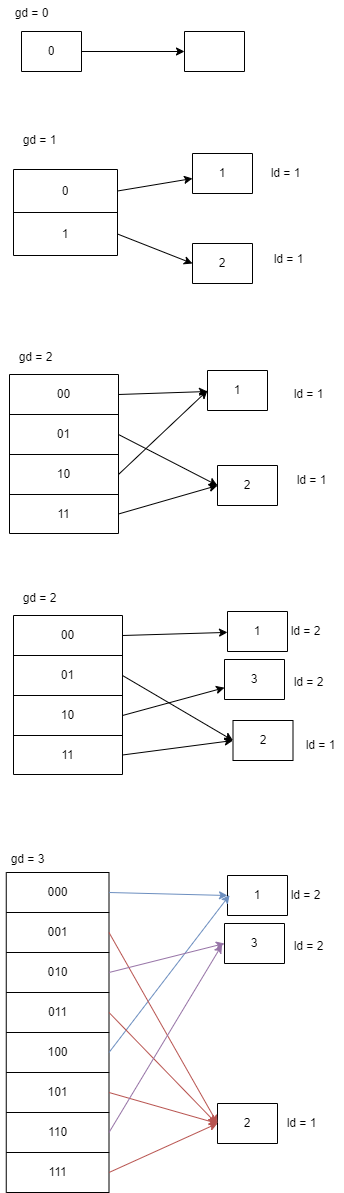
Above: CMU15445/extendible_hashtable.png in SixPlusAndTimes/drawio (draw.io), before the change. Source tidied: cells renumbered, new cells last; positions are measured from the earlier drawing's top-left corner, leaving out a move shared by most shapes.
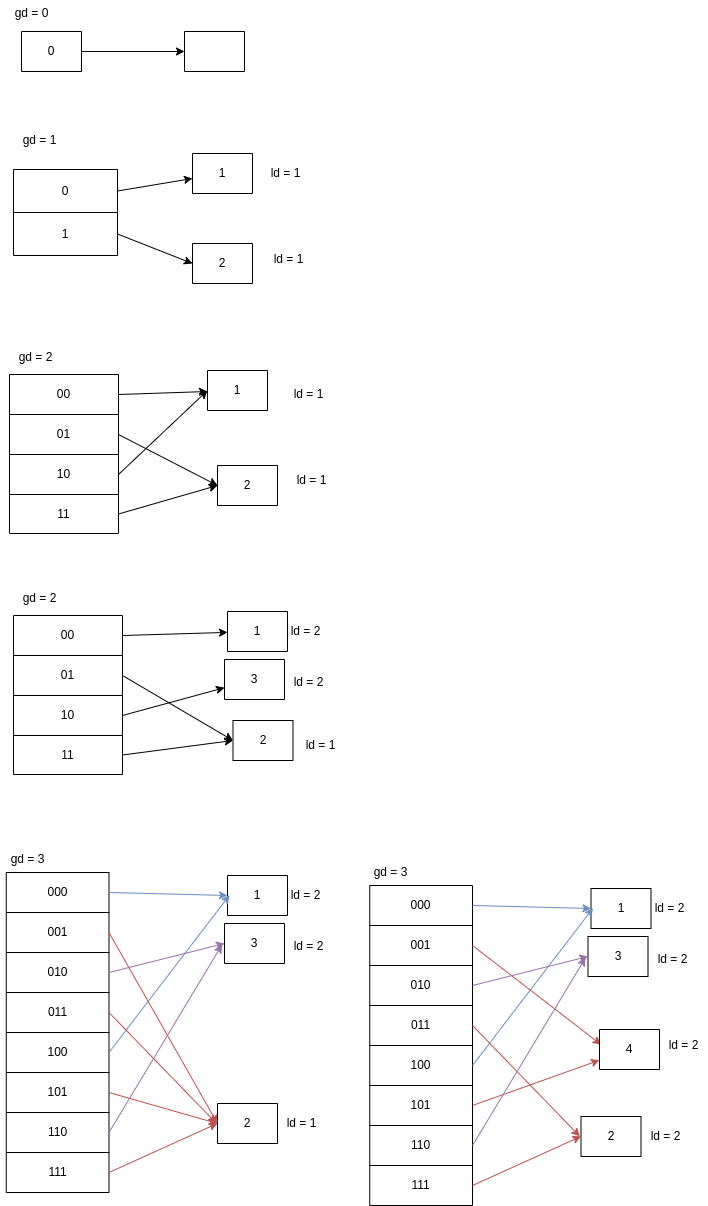
After the change.

Diff of the diagram source:
```diff
@@ -340,5 +340,139 @@
         <mxPoint x="221.6" y="944.3" as="targetPoint" />
       </mxGeometry>
     </mxCell>
+    <mxCell id="112" style="shape=table;startSize=0;" parent="1" vertex="1">
+      <mxGeometry x="369.2" y="885" width="102.8" height="320" as="geometry" />
+    </mxCell>
+    <mxCell id="113" style="shape=tableRow;horizontal=0;startSize=0;swimlaneHead=0;swimlaneBody=0;top=0;left=0;bottom=0;right=0;fillColor=none;points=[[0,0.5],[1,0.5]];portConstraint=eastwest;" parent="112" vertex="1">
+      <mxGeometry width="102.8" height="40" as="geometry" />
+    </mxCell>
+    <mxCell id="114" value="000" style="shape=partialRectangle;html=1;whiteSpace=wrap;overflow=hidden;fillColor=none;top=0;left=0;bottom=0;right=0;" parent="113" vertex="1">
+      <mxGeometry width="103" height="40" as="geometry" />
+    </mxCell>
+    <mxCell id="115" style="shape=tableRow;horizontal=0;startSize=0;swimlaneHead=0;swimlaneBody=0;top=0;left=0;bottom=0;right=0;fillColor=none;points=[[0,0.5],[1,0.5]];portConstraint=eastwest;" parent="112" vertex="1">
+      <mxGeometry y="40" width="102.8" height="40" as="geometry" />
+    </mxCell>
+    <mxCell id="116" value="001" style="shape=partialRectangle;html=1;whiteSpace=wrap;overflow=hidden;fillColor=none;top=0;left=0;bottom=0;right=0;" parent="115" vertex="1">
+      <mxGeometry width="103" height="40" as="geometry" />
+    </mxCell>
+    <mxCell id="117" style="shape=tableRow;horizontal=0;startSize=0;swimlaneHead=0;swimlaneBody=0;top=0;left=0;bottom=0;right=0;fillColor=none;points=[[0,0.5],[1,0.5]];portConstraint=eastwest;" parent="112" vertex="1">
+      <mxGeometry y="80" width="102.8" height="40" as="geometry" />
+    </mxCell>
+    <mxCell id="118" value="010" style="shape=partialRectangle;html=1;whiteSpace=wrap;overflow=hidden;fillColor=none;top=0;left=0;bottom=0;right=0;" parent="117" vertex="1">
+      <mxGeometry width="103" height="40" as="geometry" />
+    </mxCell>
+    <mxCell id="119" style="shape=tableRow;horizontal=0;startSize=0;swimlaneHead=0;swimlaneBody=0;top=0;left=0;bottom=0;right=0;fillColor=none;points=[[0,0.5],[1,0.5]];portConstraint=eastwest;" parent="112" vertex="1">
+      <mxGeometry y="120" width="102.8" height="40" as="geometry" />
+    </mxCell>
+    <mxCell id="120" value="011" style="shape=partialRectangle;html=1;whiteSpace=wrap;overflow=hidden;fillColor=none;top=0;left=0;bottom=0;right=0;" parent="119" vertex="1">
+      <mxGeometry width="103" height="40" as="geometry" />
+    </mxCell>
+    <mxCell id="121" style="shape=tableRow;horizontal=0;startSize=0;swimlaneHead=0;swimlaneBody=0;top=0;left=0;bottom=0;right=0;fillColor=none;points=[[0,0.5],[1,0.5]];portConstraint=eastwest;" parent="112" vertex="1">
+      <mxGeometry y="160" width="102.8" height="40" as="geometry" />
+    </mxCell>
+    <mxCell id="122" value="100" style="shape=partialRectangle;html=1;whiteSpace=wrap;overflow=hidden;fillColor=none;top=0;left=0;bottom=0;right=0;" parent="121" vertex="1">
+      <mxGeometry width="103" height="40" as="geometry" />
+    </mxCell>
+    <mxCell id="123" style="shape=tableRow;horizontal=0;startSize=0;swimlaneHead=0;swimlaneBody=0;top=0;left=0;bottom=0;right=0;fillColor=none;points=[[0,0.5],[1,0.5]];portConstraint=eastwest;" parent="112" vertex="1">
+      <mxGeometry y="200" width="102.8" height="40" as="geometry" />
+    </mxCell>
+    <mxCell id="124" value="101" style="shape=partialRectangle;html=1;whiteSpace=wrap;overflow=hidden;fillColor=none;top=0;left=0;bottom=0;right=0;" parent="123" vertex="1">
+      <mxGeometry width="103" height="40" as="geometry" />
+    </mxCell>
+    <mxCell id="125" style="shape=tableRow;horizontal=0;startSize=0;swimlaneHead=0;swimlaneBody=0;top=0;left=0;bottom=0;right=0;fillColor=none;points=[[0,0.5],[1,0.5]];portConstraint=eastwest;" parent="112" vertex="1">
+      <mxGeometry y="240" width="102.8" height="40" as="geometry" />
+    </mxCell>
+    <mxCell id="126" value="110" style="shape=partialRectangle;html=1;whiteSpace=wrap;overflow=hidden;fillColor=none;top=0;left=0;bottom=0;right=0;" parent="125" vertex="1">
+      <mxGeometry width="103" height="40" as="geometry" />
+    </mxCell>
+    <mxCell id="127" style="shape=tableRow;horizontal=0;startSize=0;swimlaneHead=0;swimlaneBody=0;top=0;left=0;bottom=0;right=0;fillColor=none;points=[[0,0.5],[1,0.5]];portConstraint=eastwest;" parent="112" vertex="1">
+      <mxGeometry y="280" width="102.8" height="40" as="geometry" />
+    </mxCell>
+    <mxCell id="128" value="111" style="shape=partialRectangle;html=1;whiteSpace=wrap;overflow=hidden;fillColor=none;top=0;left=0;bottom=0;right=0;" parent="127" vertex="1">
+      <mxGeometry width="103" height="40" as="geometry" />
+    </mxCell>
+    <mxCell id="129" style="shape=table;startSize=0;" parent="1" vertex="1">
+      <mxGeometry x="590.5" y="888" width="60" height="40" as="geometry" />
+    </mxCell>
+    <mxCell id="130" style="shape=tableRow;horizontal=0;startSize=0;swimlaneHead=0;swimlaneBody=0;top=0;left=0;bottom=0;right=0;fillColor=none;points=[[0,0.5],[1,0.5]];portConstraint=eastwest;" parent="129" vertex="1">
+      <mxGeometry width="60" height="40" as="geometry" />
+    </mxCell>
+    <mxCell id="131" value="1" style="shape=partialRectangle;html=1;whiteSpace=wrap;overflow=hidden;fillColor=none;top=0;left=0;bottom=0;right=0;" parent="130" vertex="1">
+      <mxGeometry width="60" height="40" as="geometry" />
+    </mxCell>
+    <mxCell id="132" style="shape=table;startSize=0;" parent="1" vertex="1">
+      <mxGeometry x="580.5" y="1116" width="60" height="40" as="geometry" />
+    </mxCell>
+    <mxCell id="133" style="shape=tableRow;horizontal=0;startSize=0;swimlaneHead=0;swimlaneBody=0;top=0;left=0;bottom=0;right=0;fillColor=none;" parent="132" vertex="1">
+      <mxGeometry width="60" height="40" as="geometry" />
+    </mxCell>
+    <mxCell id="134" value="2" style="shape=partialRectangle;html=1;whiteSpace=wrap;overflow=hidden;fillColor=none;top=0;left=0;bottom=0;right=0;" parent="133" vertex="1">
+      <mxGeometry width="60" height="40" as="geometry" />
+    </mxCell>
+    <mxCell id="135" style="shape=table;startSize=0;" parent="1" vertex="1">
+      <mxGeometry x="587.5" y="936" width="60" height="40" as="geometry" />
+    </mxCell>
+    <mxCell id="136" style="shape=tableRow;horizontal=0;startSize=0;swimlaneHead=0;swimlaneBody=0;top=0;left=0;bottom=0;right=0;fillColor=none;points=[[0,0.5],[1,0.5]];portConstraint=eastwest;" parent="135" vertex="1">
+      <mxGeometry width="60" height="40" as="geometry" />
+    </mxCell>
+    <mxCell id="137" value="3" style="shape=partialRectangle;html=1;whiteSpace=wrap;overflow=hidden;fillColor=none;top=0;left=0;bottom=0;right=0;" parent="136" vertex="1">
+      <mxGeometry width="60" height="40" as="geometry" />
+    </mxCell>
+    <mxCell id="138" value="ld = 2" style="text;html=1;align=center;verticalAlign=middle;strokeColor=none;fillColor=none;" parent="1" vertex="1">
+      <mxGeometry x="644.5" y="895" width="48" height="26" as="geometry" />
+    </mxCell>
+    <mxCell id="139" value="ld = 2" style="text;html=1;align=center;verticalAlign=middle;strokeColor=none;fillColor=none;" parent="1" vertex="1">
+      <mxGeometry x="647.5" y="946" width="48" height="26" as="geometry" />
+    </mxCell>
+    <mxCell id="140" value="ld = 2" style="text;html=1;align=center;verticalAlign=middle;strokeColor=none;fillColor=none;" parent="1" vertex="1">
+      <mxGeometry x="640.5" y="1123" width="48" height="26" as="geometry" />
+    </mxCell>
+    <mxCell id="141" style="edgeStyle=none;rounded=0;jettySize=auto;html=1;exitX=1;exitY=0.5;exitDx=0;exitDy=0;entryX=0;entryY=0.5;entryDx=0;entryDy=0;fillColor=#dae8fc;strokeColor=#6c8ebf;" parent="1" edge="1" source="113" target="130">
+      <mxGeometry relative="1" as="geometry" />
+    </mxCell>
+    <mxCell id="142" style="edgeStyle=none;rounded=0;jettySize=auto;html=1;exitX=1;exitY=0.5;exitDx=0;exitDy=0;fillColor=#dae8fc;strokeColor=#6c8ebf;" parent="1" edge="1" source="121">
+      <mxGeometry relative="1" as="geometry">
+        <mxPoint x="592.6" y="907.6" as="targetPoint" />
+      </mxGeometry>
+    </mxCell>
+    <mxCell id="143" style="edgeStyle=none;rounded=0;jettySize=auto;html=1;exitX=1;exitY=0.5;exitDx=0;exitDy=0;entryX=0.026;entryY=0.379;entryDx=0;entryDy=0;fillColor=#f8cecc;strokeColor=#b85450;entryPerimeter=0;" parent="1" edge="1" source="115" target="151">
+      <mxGeometry relative="1" as="geometry" />
+    </mxCell>
+    <mxCell id="144" value="gd = 3" style="text;html=1;align=center;verticalAlign=middle;strokeColor=none;fillColor=none;" parent="1" vertex="1">
+      <mxGeometry x="364" y="859" width="52" height="26" as="geometry" />
+    </mxCell>
+    <mxCell id="145" style="edgeStyle=none;rounded=0;jettySize=auto;html=1;exitX=1;exitY=0.5;exitDx=0;exitDy=0;fillColor=#f8cecc;strokeColor=#b85450;" parent="1" edge="1" source="123" target="151">
+      <mxGeometry relative="1" as="geometry" />
+    </mxCell>
+    <mxCell id="146" style="edgeStyle=none;rounded=0;jettySize=auto;html=1;exitX=1;exitY=0.5;exitDx=0;exitDy=0;fillColor=#f8cecc;strokeColor=#b85450;" parent="1" edge="1" source="127">
+      <mxGeometry relative="1" as="geometry">
+        <mxPoint x="580.6" y="1135.8" as="targetPoint" />
+      </mxGeometry>
+    </mxCell>
+    <mxCell id="147" style="edgeStyle=none;rounded=0;jettySize=auto;html=1;exitX=1;exitY=0.5;exitDx=0;exitDy=0;fillColor=#f8cecc;strokeColor=#b85450;" parent="1" edge="1" source="119">
+      <mxGeometry relative="1" as="geometry">
+        <mxPoint x="579.3" y="1135.8" as="targetPoint" />
+      </mxGeometry>
+    </mxCell>
+    <mxCell id="148" style="edgeStyle=none;rounded=0;jettySize=auto;html=1;exitX=1;exitY=0.5;exitDx=0;exitDy=0;entryX=0;entryY=0.5;entryDx=0;entryDy=0;fillColor=#e1d5e7;strokeColor=#9673a6;" parent="1" edge="1" source="117" target="136">
+      <mxGeometry relative="1" as="geometry" />
+    </mxCell>
+    <mxCell id="149" style="edgeStyle=none;rounded=0;jettySize=auto;html=1;exitX=1;exitY=0.5;exitDx=0;exitDy=0;fillColor=#e1d5e7;strokeColor=#9673a6;" parent="1" edge="1" source="125">
+      <mxGeometry relative="1" as="geometry">
+        <mxPoint x="585.1" y="957.3" as="targetPoint" />
+      </mxGeometry>
+    </mxCell>
+    <mxCell id="150" style="shape=table;startSize=0;" parent="1" vertex="1">
+      <mxGeometry x="599" y="1029" width="60" height="40" as="geometry" />
+    </mxCell>
+    <mxCell id="151" style="shape=tableRow;horizontal=0;startSize=0;swimlaneHead=0;swimlaneBody=0;top=0;left=0;bottom=0;right=0;fillColor=none;points=[[0,0.5],[1,0.5]];portConstraint=eastwest;" parent="150" vertex="1">
+      <mxGeometry width="60" height="40" as="geometry" />
+    </mxCell>
+    <mxCell id="152" value="4" style="shape=partialRectangle;html=1;whiteSpace=wrap;overflow=hidden;fillColor=none;top=0;left=0;bottom=0;right=0;" parent="151" vertex="1">
+      <mxGeometry width="60" height="40" as="geometry" />
+    </mxCell>
+    <mxCell id="153" value="ld = 2" style="text;html=1;align=center;verticalAlign=middle;strokeColor=none;fillColor=none;" parent="1" vertex="1">
+      <mxGeometry x="659" y="1032" width="48" height="26" as="geometry" />
+    </mxCell>
   </root>
 </mxGraphModel>
```
